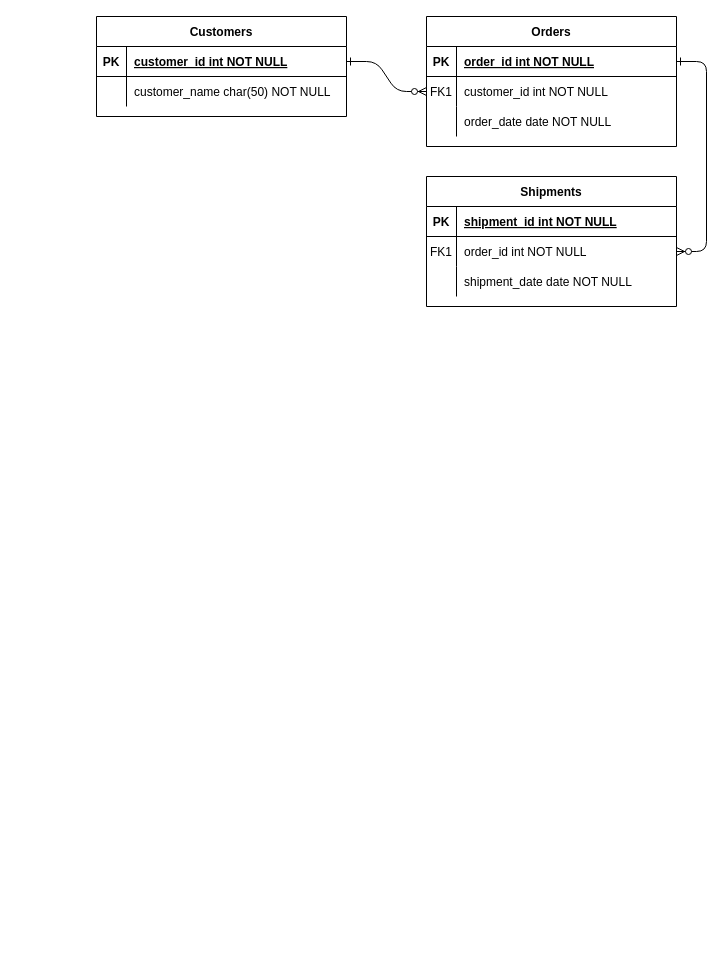
geekelo/draw_io_archive keeps this draw.io diagram as Untitled Diagram.drawio. Above is the earlier version. Source tidied: cells renumbered, new cells numbered last; positions are measured from the earlier drawing's top-left corner, leaving out a move shared by most shapes. Both pictures are drawn from the tidied source at 100%, with x=0, y=0 at pixel (96, 16).
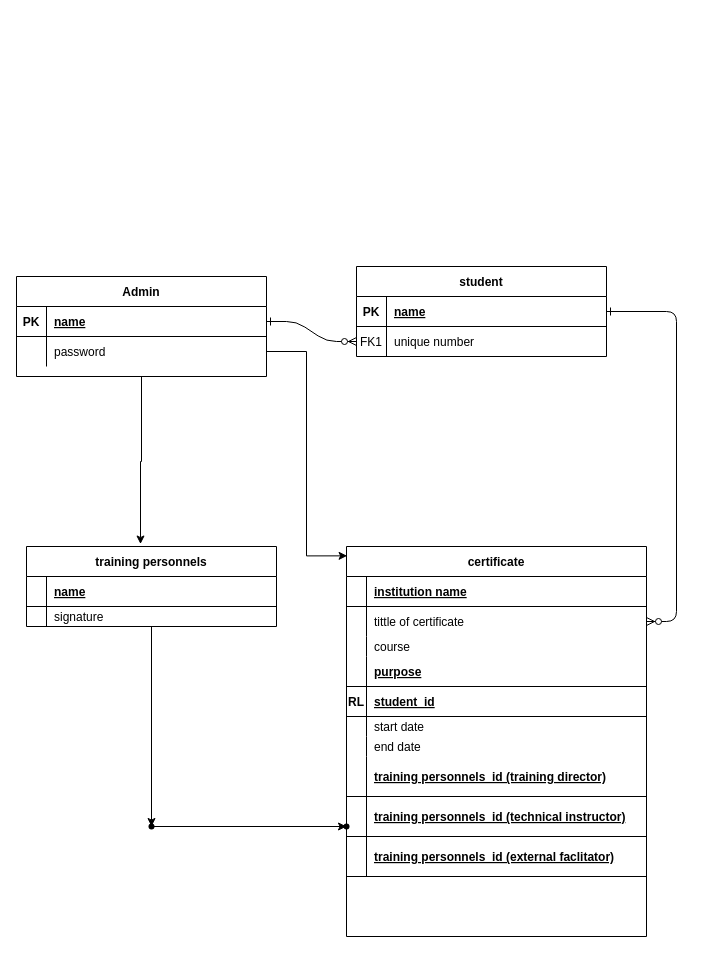
The same page after the edit.

Commit message:
update certificate portal diagram

The change refers to these unchanged cells:
```xml
<mxCell id="5" style="shape=partialRectangle;fillColor=none;points=[[0,0.5],[1,0.5]];portConstraint=eastwest;top=0;left=0;right=0;bottom=1;" parent="4" vertex="1">
  <mxGeometry y="30" width="250" height="30" as="geometry" />
</mxCell>
<mxCell id="8" style="shape=partialRectangle;fillColor=none;points=[[0,0.5],[1,0.5]];portConstraint=eastwest;top=0;left=0;right=0;bottom=0;" parent="4" vertex="1">
  <mxGeometry y="60" width="250" height="30" as="geometry" />
</mxCell>
```

The edit, as a diff of the source:
```diff
@@
-    <mxCell id="4" value="Orders" style="shape=table;startSize=30;childLayout=tableLayout;rowLines=0;fontStyle=1;align=center;" parent="1" vertex="1">
-      <mxGeometry x="330" width="250" height="130" as="geometry" />
+    <mxCell id="4" value="student" style="shape=table;startSize=30;childLayout=tableLayout;rowLines=0;fontStyle=1;align=center;" parent="1" vertex="1">
+      <mxGeometry x="260" y="250" width="250" height="90" as="geometry" />
     </mxCell>
@@
-    <mxCell id="7" value="order_id int NOT NULL " style="shape=partialRectangle;overflow=hidden;fillColor=none;top=0;left=0;bottom=0;right=0;align=left;spacingLeft=6;fontStyle=5;" parent="5" vertex="1">
+    <mxCell id="7" value="name" style="shape=partialRectangle;overflow=hidden;fillColor=none;top=0;left=0;bottom=0;right=0;align=left;spacingLeft=6;fontStyle=5;" parent="5" vertex="1">
       <mxGeometry x="30" width="220" height="30" as="geometry" />
     </mxCell>
@@
-    <mxCell id="10" value="customer_id int NOT NULL" style="shape=partialRectangle;overflow=hidden;fillColor=none;top=0;left=0;bottom=0;right=0;align=left;spacingLeft=6;" parent="8" vertex="1">
+    <mxCell id="10" value="unique number" style="shape=partialRectangle;overflow=hidden;fillColor=none;top=0;left=0;bottom=0;right=0;align=left;spacingLeft=6;" parent="8" vertex="1">
       <mxGeometry x="30" width="220" height="30" as="geometry" />
     </mxCell>
-    <mxCell id="11" style="shape=partialRectangle;fillColor=none;top=0;left=0;right=0;bottom=0;" parent="4" vertex="1">
-      <mxGeometry y="90" width="250" height="30" as="geometry" />
-    </mxCell>
-    <mxCell id="12" style="shape=partialRectangle;overflow=hidden;fillColor=none;top=0;left=0;bottom=0;right=0;" parent="11" vertex="1">
-      <mxGeometry width="30" height="30" as="geometry" />
-    </mxCell>
-    <mxCell id="13" value="order_date date NOT NULL" style="shape=partialRectangle;overflow=hidden;fillColor=none;top=0;left=0;bottom=0;right=0;align=left;spacingLeft=6;" parent="11" vertex="1">
-      <mxGeometry x="30" width="220" height="30" as="geometry" />
-    </mxCell>
+    <mxCell id="31" style="edgeStyle=orthogonalEdgeStyle;rounded=0;jettySize=auto;html=1;entryX=0.456;entryY=-0.031;entryDx=0;entryDy=0;entryPerimeter=0;" parent="1" edge="1" source="24" target="33">
+      <mxGeometry relative="1" as="geometry" />
+    </mxCell>
+    <mxCell id="24" value="Admin" style="shape=table;startSize=30;childLayout=tableLayout;rowLines=0;fontStyle=1;align=center;" parent="1" vertex="1">
+      <mxGeometry x="-80" y="260" width="250" height="100" as="geometry" />
+    </mxCell>
+    <mxCell id="25" style="shape=partialRectangle;fillColor=none;points=[[0,0.5],[1,0.5]];portConstraint=eastwest;top=0;left=0;right=0;bottom=1;" parent="24" vertex="1">
+      <mxGeometry y="30" width="250" height="30" as="geometry" />
+    </mxCell>
+    <mxCell id="26" value="PK" style="shape=partialRectangle;overflow=hidden;fillColor=none;top=0;left=0;bottom=0;right=0;fontStyle=1;" parent="25" vertex="1">
+      <mxGeometry width="30" height="30" as="geometry" />
+    </mxCell>
+    <mxCell id="27" value="name" style="shape=partialRectangle;overflow=hidden;fillColor=none;top=0;left=0;bottom=0;right=0;align=left;spacingLeft=6;fontStyle=5;" parent="25" vertex="1">
+      <mxGeometry x="30" width="220" height="30" as="geometry" />
+    </mxCell>
+    <mxCell id="28" style="shape=partialRectangle;fillColor=none;points=[[0,0.5],[1,0.5]];portConstraint=eastwest;top=0;left=0;right=0;bottom=0;" parent="24" vertex="1">
+      <mxGeometry y="60" width="250" height="30" as="geometry" />
+    </mxCell>
+    <mxCell id="29" style="shape=partialRectangle;overflow=hidden;fillColor=none;top=0;left=0;bottom=0;right=0;" parent="28" vertex="1">
+      <mxGeometry width="30" height="30" as="geometry" />
+    </mxCell>
+    <mxCell id="30" value="password" style="shape=partialRectangle;overflow=hidden;fillColor=none;top=0;left=0;bottom=0;right=0;align=left;spacingLeft=6;" parent="28" vertex="1">
+      <mxGeometry x="30" width="220" height="30" as="geometry" />
+    </mxCell>
+    <mxCell id="32" style="edgeStyle=orthogonalEdgeStyle;rounded=0;jettySize=auto;html=1;" parent="1" edge="1" source="33" target="63">
+      <mxGeometry relative="1" as="geometry" />
+    </mxCell>
+    <mxCell id="33" value="training personnels" style="shape=table;startSize=30;childLayout=tableLayout;rowLines=0;fontStyle=1;align=center;" parent="1" vertex="1">
+      <mxGeometry x="-70" y="530" width="250" height="80" as="geometry" />
+    </mxCell>
+    <mxCell id="34" style="shape=partialRectangle;fillColor=none;top=0;left=0;right=0;bottom=1;" parent="33" vertex="1">
+      <mxGeometry y="30" width="250" height="30" as="geometry" />
+    </mxCell>
+    <mxCell id="35" style="shape=partialRectangle;overflow=hidden;fillColor=none;top=0;left=0;bottom=0;right=0;fontStyle=1;" parent="34" vertex="1">
+      <mxGeometry width="20" height="30" as="geometry" />
+    </mxCell>
+    <mxCell id="36" value="name" style="shape=partialRectangle;overflow=hidden;fillColor=none;top=0;left=0;bottom=0;right=0;align=left;spacingLeft=6;fontStyle=5;" parent="34" vertex="1">
+      <mxGeometry x="20" width="230" height="30" as="geometry" />
+    </mxCell>
+    <mxCell id="37" style="shape=partialRectangle;fillColor=none;top=0;left=0;right=0;bottom=0;" parent="33" vertex="1">
+      <mxGeometry y="60" width="250" height="20" as="geometry" />
+    </mxCell>
+    <mxCell id="38" style="shape=partialRectangle;overflow=hidden;fillColor=none;top=0;left=0;bottom=0;right=0;" parent="37" vertex="1">
+      <mxGeometry width="20" height="20" as="geometry" />
+    </mxCell>
+    <mxCell id="39" value="signature" style="shape=partialRectangle;overflow=hidden;fillColor=none;top=0;left=0;bottom=0;right=0;align=left;spacingLeft=6;" parent="37" vertex="1">
+      <mxGeometry x="20" width="230" height="20" as="geometry" />
+    </mxCell>
-    <mxCell id="14" value="Shipments" style="shape=table;startSize=30;childLayout=tableLayout;rowLines=0;fontStyle=1;align=center;" parent="1" vertex="1">
-      <mxGeometry x="330" y="160" width="250" height="130" as="geometry" />
+    <mxCell id="14" value="certificate" style="shape=table;startSize=30;childLayout=tableLayout;rowLines=0;fontStyle=1;align=center;" parent="1" vertex="1">
+      <mxGeometry x="250" y="530" width="300" height="390" as="geometry" />
     </mxCell>
     <mxCell id="15" style="shape=partialRectangle;fillColor=none;top=0;left=0;right=0;bottom=1;" parent="14" vertex="1">
-      <mxGeometry y="30" width="250" height="30" as="geometry" />
+      <mxGeometry y="30" width="300" height="30" as="geometry" />
     </mxCell>
-    <mxCell id="16" value="PK" style="shape=partialRectangle;overflow=hidden;fillColor=none;top=0;left=0;bottom=0;right=0;fontStyle=1;" parent="15" vertex="1">
-      <mxGeometry width="30" height="30" as="geometry" />
+    <mxCell id="16" style="shape=partialRectangle;overflow=hidden;fillColor=none;top=0;left=0;bottom=0;right=0;fontStyle=1;" parent="15" vertex="1">
+      <mxGeometry width="20" height="30" as="geometry" />
     </mxCell>
-    <mxCell id="17" value="shipment_id int NOT NULL " style="shape=partialRectangle;overflow=hidden;fillColor=none;top=0;left=0;bottom=0;right=0;align=left;spacingLeft=6;fontStyle=5;" parent="15" vertex="1">
-      <mxGeometry x="30" width="220" height="30" as="geometry" />
+    <mxCell id="17" value="institution name" style="shape=partialRectangle;overflow=hidden;fillColor=none;top=0;left=0;bottom=0;right=0;align=left;spacingLeft=6;fontStyle=5;" parent="15" vertex="1">
+      <mxGeometry x="20" width="280" height="30" as="geometry" />
     </mxCell>
     <mxCell id="18" style="shape=partialRectangle;fillColor=none;points=[[0,0.5],[1,0.5]];portConstraint=eastwest;top=0;left=0;right=0;bottom=0;" parent="14" vertex="1">
-      <mxGeometry y="60" width="250" height="30" as="geometry" />
+      <mxGeometry y="60" width="300" height="30" as="geometry" />
     </mxCell>
-    <mxCell id="19" value="FK1" style="shape=partialRectangle;overflow=hidden;fillColor=none;top=0;left=0;bottom=0;right=0;" parent="18" vertex="1">
-      <mxGeometry width="30" height="30" as="geometry" />
+    <mxCell id="19" style="shape=partialRectangle;overflow=hidden;fillColor=none;top=0;left=0;bottom=0;right=0;" parent="18" vertex="1">
+      <mxGeometry width="20" height="30" as="geometry" />
     </mxCell>
-    <mxCell id="20" value="order_id int NOT NULL" style="shape=partialRectangle;overflow=hidden;fillColor=none;top=0;left=0;bottom=0;right=0;align=left;spacingLeft=6;" parent="18" vertex="1">
-      <mxGeometry x="30" width="220" height="30" as="geometry" />
+    <mxCell id="20" value="tittle of certificate" style="shape=partialRectangle;overflow=hidden;fillColor=none;top=0;left=0;bottom=0;right=0;align=left;spacingLeft=6;" parent="18" vertex="1">
+      <mxGeometry x="20" width="280" height="30" as="geometry" />
     </mxCell>
     <mxCell id="21" style="shape=partialRectangle;fillColor=none;top=0;left=0;right=0;bottom=0;" parent="14" vertex="1">
-      <mxGeometry y="90" width="250" height="30" as="geometry" />
+      <mxGeometry y="90" width="300" height="20" as="geometry" />
     </mxCell>
     <mxCell id="22" style="shape=partialRectangle;overflow=hidden;fillColor=none;top=0;left=0;bottom=0;right=0;" parent="21" vertex="1">
-      <mxGeometry width="30" height="30" as="geometry" />
+      <mxGeometry width="20" height="20" as="geometry" />
     </mxCell>
-    <mxCell id="23" value="shipment_date date NOT NULL" style="shape=partialRectangle;overflow=hidden;fillColor=none;top=0;left=0;bottom=0;right=0;align=left;spacingLeft=6;" parent="21" vertex="1">
-      <mxGeometry x="30" width="220" height="30" as="geometry" />
+    <mxCell id="23" value="course" style="shape=partialRectangle;overflow=hidden;fillColor=none;top=0;left=0;bottom=0;right=0;align=left;spacingLeft=6;" parent="21" vertex="1">
+      <mxGeometry x="20" width="280" height="20" as="geometry" />
     </mxCell>
-    <mxCell id="24" value="Customers" style="shape=table;startSize=30;childLayout=tableLayout;rowLines=0;fontStyle=1;align=center;" parent="1" vertex="1">
-      <mxGeometry width="250" height="100" as="geometry" />
-    </mxCell>
-    <mxCell id="25" style="shape=partialRectangle;fillColor=none;points=[[0,0.5],[1,0.5]];portConstraint=eastwest;top=0;left=0;right=0;bottom=1;" parent="24" vertex="1">
-      <mxGeometry y="30" width="250" height="30" as="geometry" />
-    </mxCell>
-    <mxCell id="26" value="PK" style="shape=partialRectangle;overflow=hidden;fillColor=none;top=0;left=0;bottom=0;right=0;fontStyle=1;" parent="25" vertex="1">
-      <mxGeometry width="30" height="30" as="geometry" />
-    </mxCell>
-    <mxCell id="27" value="customer_id int NOT NULL " style="shape=partialRectangle;overflow=hidden;fillColor=none;top=0;left=0;bottom=0;right=0;align=left;spacingLeft=6;fontStyle=5;" parent="25" vertex="1">
-      <mxGeometry x="30" width="220" height="30" as="geometry" />
-    </mxCell>
-    <mxCell id="28" style="shape=partialRectangle;fillColor=none;points=[[0,0.5],[1,0.5]];portConstraint=eastwest;top=0;left=0;right=0;bottom=0;" parent="24" vertex="1">
-      <mxGeometry y="60" width="250" height="30" as="geometry" />
-    </mxCell>
-    <mxCell id="29" style="shape=partialRectangle;overflow=hidden;fillColor=none;top=0;left=0;bottom=0;right=0;" parent="28" vertex="1">
-      <mxGeometry width="30" height="30" as="geometry" />
-    </mxCell>
-    <mxCell id="30" value="customer_name char(50) NOT NULL" style="shape=partialRectangle;overflow=hidden;fillColor=none;top=0;left=0;bottom=0;right=0;align=left;spacingLeft=6;" parent="28" vertex="1">
-      <mxGeometry x="30" width="220" height="30" as="geometry" />
-    </mxCell>
+    <mxCell id="40" style="shape=partialRectangle;fillColor=none;top=0;left=0;right=0;bottom=1;" parent="14" vertex="1">
+      <mxGeometry y="110" width="300" height="30" as="geometry" />
+    </mxCell>
+    <mxCell id="41" style="shape=partialRectangle;overflow=hidden;fillColor=none;top=0;left=0;bottom=0;right=0;fontStyle=1;" parent="40" vertex="1">
+      <mxGeometry width="20" height="30" as="geometry" />
+    </mxCell>
+    <mxCell id="42" value="purpose" style="shape=partialRectangle;overflow=hidden;fillColor=none;top=0;left=0;bottom=0;right=0;align=left;spacingLeft=6;fontStyle=5;" parent="40" vertex="1">
+      <mxGeometry x="20" width="280" height="30" as="geometry" />
+    </mxCell>
+    <mxCell id="43" style="shape=partialRectangle;fillColor=none;top=0;left=0;right=0;bottom=1;" parent="14" vertex="1">
+      <mxGeometry y="140" width="300" height="30" as="geometry" />
+    </mxCell>
+    <mxCell id="44" value="RL" style="shape=partialRectangle;overflow=hidden;fillColor=none;top=0;left=0;bottom=0;right=0;fontStyle=1;" parent="43" vertex="1">
+      <mxGeometry width="20" height="30" as="geometry" />
+    </mxCell>
+    <mxCell id="45" value="student_id" style="shape=partialRectangle;overflow=hidden;fillColor=none;top=0;left=0;bottom=0;right=0;align=left;spacingLeft=6;fontStyle=5;" parent="43" vertex="1">
+      <mxGeometry x="20" width="280" height="30" as="geometry" />
+    </mxCell>
+    <mxCell id="46" style="shape=partialRectangle;fillColor=none;top=0;left=0;right=0;bottom=0;" parent="14" vertex="1">
+      <mxGeometry y="170" width="300" height="20" as="geometry" />
+    </mxCell>
+    <mxCell id="47" style="shape=partialRectangle;overflow=hidden;fillColor=none;top=0;left=0;bottom=0;right=0;" parent="46" vertex="1">
+      <mxGeometry width="20" height="20" as="geometry" />
+    </mxCell>
+    <mxCell id="48" value="start date" style="shape=partialRectangle;overflow=hidden;fillColor=none;top=0;left=0;bottom=0;right=0;align=left;spacingLeft=6;" parent="46" vertex="1">
+      <mxGeometry x="20" width="280" height="20" as="geometry" />
+    </mxCell>
+    <mxCell id="49" style="shape=partialRectangle;fillColor=none;top=0;left=0;right=0;bottom=0;" parent="14" vertex="1">
+      <mxGeometry y="190" width="300" height="20" as="geometry" />
+    </mxCell>
+    <mxCell id="50" style="shape=partialRectangle;overflow=hidden;fillColor=none;top=0;left=0;bottom=0;right=0;" parent="49" vertex="1">
+      <mxGeometry width="20" height="20" as="geometry" />
+    </mxCell>
+    <mxCell id="51" value="end date" style="shape=partialRectangle;overflow=hidden;fillColor=none;top=0;left=0;bottom=0;right=0;align=left;spacingLeft=6;" parent="49" vertex="1">
+      <mxGeometry x="20" width="280" height="20" as="geometry" />
+    </mxCell>
+    <mxCell id="52" style="shape=partialRectangle;fillColor=none;top=0;left=0;right=0;bottom=1;" parent="14" vertex="1">
+      <mxGeometry y="210" width="300" height="40" as="geometry" />
+    </mxCell>
+    <mxCell id="53" style="shape=partialRectangle;overflow=hidden;fillColor=none;top=0;left=0;bottom=0;right=0;fontStyle=1;" parent="52" vertex="1">
+      <mxGeometry width="20" height="40" as="geometry" />
+    </mxCell>
+    <mxCell id="54" value="training personnels_id (training director)" style="shape=partialRectangle;overflow=hidden;fillColor=none;top=0;left=0;bottom=0;right=0;align=left;spacingLeft=6;fontStyle=5;" parent="52" vertex="1">
+      <mxGeometry x="20" width="280" height="40" as="geometry" />
+    </mxCell>
+    <mxCell id="55" style="shape=partialRectangle;fillColor=none;top=0;left=0;right=0;bottom=1;" parent="14" vertex="1">
+      <mxGeometry y="250" width="300" height="40" as="geometry" />
+    </mxCell>
+    <mxCell id="56" style="shape=partialRectangle;overflow=hidden;fillColor=none;top=0;left=0;bottom=0;right=0;fontStyle=1;" parent="55" vertex="1">
+      <mxGeometry width="20" height="40" as="geometry" />
+    </mxCell>
+    <mxCell id="57" value="training personnels_id (technical instructor)" style="shape=partialRectangle;overflow=hidden;fillColor=none;top=0;left=0;bottom=0;right=0;align=left;spacingLeft=6;fontStyle=5;" parent="55" vertex="1">
+      <mxGeometry x="20" width="280" height="40" as="geometry" />
+    </mxCell>
+    <mxCell id="58" style="shape=partialRectangle;fillColor=none;top=0;left=0;right=0;bottom=1;" parent="14" vertex="1">
+      <mxGeometry y="290" width="300" height="40" as="geometry" />
+    </mxCell>
+    <mxCell id="59" style="shape=partialRectangle;overflow=hidden;fillColor=none;top=0;left=0;bottom=0;right=0;fontStyle=1;" parent="58" vertex="1">
+      <mxGeometry width="20" height="40" as="geometry" />
+    </mxCell>
+    <mxCell id="60" value="training personnels_id (external faclitator)" style="shape=partialRectangle;overflow=hidden;fillColor=none;top=0;left=0;bottom=0;right=0;align=left;spacingLeft=6;fontStyle=5;" parent="58" vertex="1">
+      <mxGeometry x="20" width="280" height="40" as="geometry" />
+    </mxCell>
+    <mxCell id="61" style="edgeStyle=orthogonalEdgeStyle;rounded=0;jettySize=auto;html=1;entryX=0.002;entryY=0.024;entryDx=0;entryDy=0;entryPerimeter=0;" parent="1" edge="1" source="28" target="14">
+      <mxGeometry relative="1" as="geometry" />
+    </mxCell>
+    <mxCell id="62" style="edgeStyle=orthogonalEdgeStyle;rounded=0;jettySize=auto;html=1;" parent="1" edge="1" source="63" target="64">
+      <mxGeometry relative="1" as="geometry" />
+    </mxCell>
+    <mxCell id="63" style="shape=waypoint;sketch=0;size=6;points=[];fillColor=default;perimeter=centerPerimeter;snapToPoint=1;startSize=30;fontStyle=1;" parent="1" vertex="1">
+      <mxGeometry x="45" y="800" width="20" height="20" as="geometry" />
+    </mxCell>
+    <mxCell id="64" style="shape=waypoint;sketch=0;size=6;points=[];fillColor=default;perimeter=centerPerimeter;snapToPoint=1;startSize=30;fontStyle=1;" parent="1" vertex="1">
+      <mxGeometry x="240" y="800" width="20" height="20" as="geometry" />
+    </mxCell>
```
